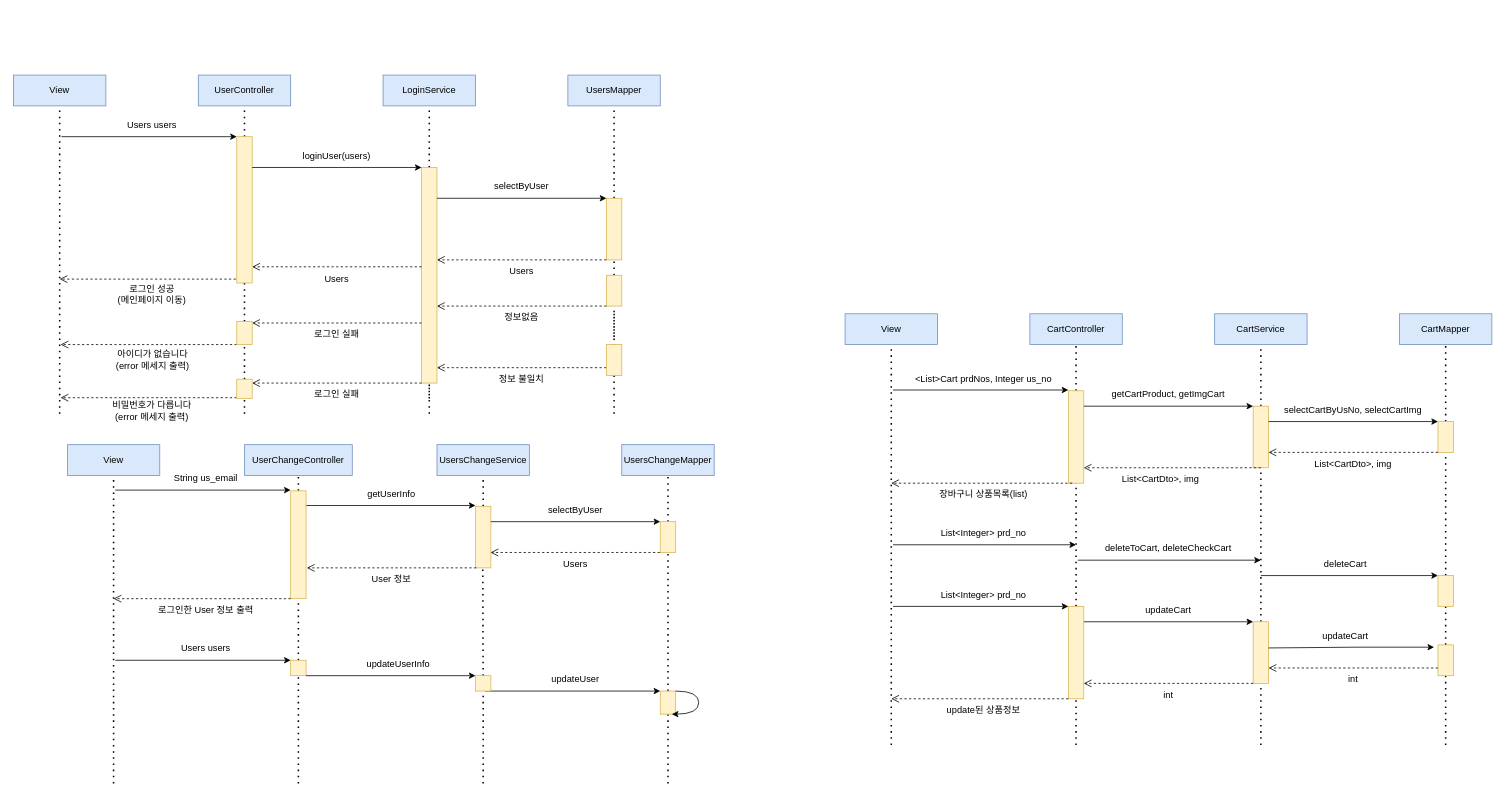
The draw.io diagram 제목 없는 다이어그램.drawio in pjhong1004/springhomework, before the edit. Source tidied: cells renumbered, new cells numbered last; positions are measured from the earlier drawing's top-left corner, leaving out a move shared by most shapes. Both pictures are drawn from the tidied source at 77%, with x=0, y=0 at pixel (13, 75).
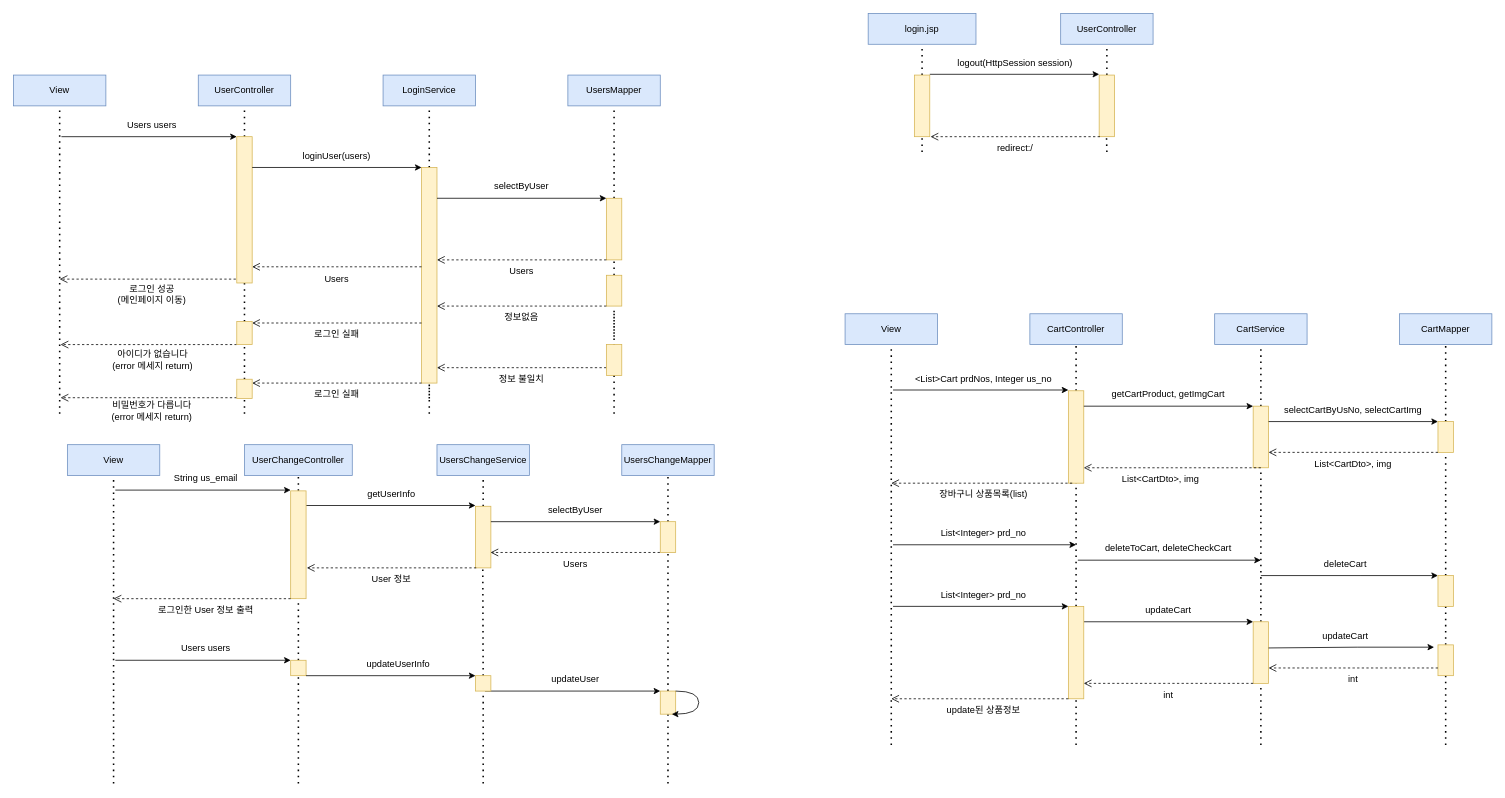
The same page after the edit.

Commit message:
제목 없는 다이어그램.drawio 업데이트

Diff of the diagram source:
```diff
@@
-    <mxCell id="91" value="아이디가 없습니다&lt;br&gt;(error 메세지 출력)" style="text;strokeColor=none;align=center;fillColor=none;html=1;verticalAlign=middle;whiteSpace=wrap;rounded=0;" parent="1" vertex="1">
+    <mxCell id="91" value="아이디가 없습니다&lt;br&gt;(error 메세지 return)" style="text;strokeColor=none;align=center;fillColor=none;html=1;verticalAlign=middle;whiteSpace=wrap;rounded=0;" parent="1" vertex="1">
       <mxGeometry x="81.2" y="355" width="200" height="30" as="geometry" />
     </mxCell>
@@
-    <mxCell id="93" value="비밀번호가 다릅니다&lt;br&gt;(error 메세지 출력)" style="text;strokeColor=none;align=center;fillColor=none;html=1;verticalAlign=middle;whiteSpace=wrap;rounded=0;" parent="1" vertex="1">
+    <mxCell id="93" value="비밀번호가 다릅니다&lt;br&gt;(error 메세지 return)" style="text;strokeColor=none;align=center;fillColor=none;html=1;verticalAlign=middle;whiteSpace=wrap;rounded=0;" parent="1" vertex="1">
       <mxGeometry x="80" y="421" width="200" height="30" as="geometry" />
     </mxCell>
@@
+    <mxCell id="137" value="login.jsp" style="rounded=0;whiteSpace=wrap;html=1;fillColor=#dae8fc;strokeColor=#6c8ebf;" parent="1" vertex="1">
+      <mxGeometry x="1110" y="-80" width="140" height="40" as="geometry" />
+    </mxCell>
+    <mxCell id="138" style="endArrow=none;dashed=1;html=1;dashPattern=1 3;strokeWidth=2;rounded=0;entryX=0.5;entryY=1;entryDx=0;entryDy=0;" parent="1" edge="1" source="148" target="137">
+      <mxGeometry relative="1" as="geometry" />
+    </mxCell>
+    <mxCell id="139" value="UserController" style="rounded=0;whiteSpace=wrap;html=1;fillColor=#dae8fc;strokeColor=#6c8ebf;" parent="1" vertex="1">
+      <mxGeometry x="1360" y="-80" width="120" height="40" as="geometry" />
+    </mxCell>
+    <mxCell id="140" style="endArrow=none;dashed=1;html=1;dashPattern=1 3;strokeWidth=2;rounded=0;entryX=0.5;entryY=1;entryDx=0;entryDy=0;" parent="1" edge="1" source="142" target="139">
+      <mxGeometry relative="1" as="geometry" />
+    </mxCell>
+    <mxCell id="141" style="endArrow=none;dashed=1;html=1;dashPattern=1 3;strokeWidth=2;rounded=0;entryX=0.5;entryY=1;entryDx=0;entryDy=0;" parent="1" edge="1">
+      <mxGeometry relative="1" as="geometry">
+        <mxPoint x="1420" y="100" as="sourcePoint" />
+        <mxPoint x="1419.5" y="80" as="targetPoint" />
+      </mxGeometry>
+    </mxCell>
+    <mxCell id="142" style="rounded=0;whiteSpace=wrap;html=1;fillColor=#fff2cc;strokeColor=#d6b656;" parent="1" vertex="1">
+      <mxGeometry x="1410" width="20" height="80" as="geometry" />
+    </mxCell>
+    <mxCell id="143" style="endArrow=classic;html=1;rounded=0;entryX=-0.117;entryY=0.071;entryDx=0;entryDy=0;entryPerimeter=0;" parent="1" edge="1">
+      <mxGeometry relative="1" as="geometry">
+        <mxPoint x="1190" y="-1" as="sourcePoint" />
+        <mxPoint x="1410" y="-1" as="targetPoint" />
+      </mxGeometry>
+    </mxCell>
+    <mxCell id="144" style="html=1;verticalAlign=bottom;endArrow=open;dashed=1;endSize=8;edgeStyle=elbowEdgeStyle;elbow=vertical;curved=0;rounded=0;" parent="1" edge="1">
+      <mxGeometry relative="1" as="geometry">
+        <mxPoint x="1411" y="80" as="sourcePoint" />
+        <mxPoint x="1191" y="80" as="targetPoint" />
+      </mxGeometry>
+    </mxCell>
+    <mxCell id="145" value="logout(HttpSession session)" style="text;strokeColor=none;align=center;fillColor=none;html=1;verticalAlign=middle;whiteSpace=wrap;rounded=0;" parent="1" vertex="1">
+      <mxGeometry x="1200.5" y="-30" width="200" height="30" as="geometry" />
+    </mxCell>
+    <mxCell id="146" value="redirect:/" style="text;strokeColor=none;align=center;fillColor=none;html=1;verticalAlign=middle;whiteSpace=wrap;rounded=0;" parent="1" vertex="1">
+      <mxGeometry x="1201" y="80" width="200" height="30" as="geometry" />
+    </mxCell>
+    <mxCell id="147" style="endArrow=none;dashed=1;html=1;dashPattern=1 3;strokeWidth=2;rounded=0;entryX=0.5;entryY=1;entryDx=0;entryDy=0;" parent="1" edge="1" target="148">
+      <mxGeometry relative="1" as="geometry">
+        <mxPoint x="1180" y="100" as="sourcePoint" />
+      </mxGeometry>
+    </mxCell>
+    <mxCell id="148" style="rounded=0;whiteSpace=wrap;html=1;fillColor=#fff2cc;strokeColor=#d6b656;" parent="1" vertex="1">
+      <mxGeometry x="1170" width="20" height="80" as="geometry" />
+    </mxCell>
```
